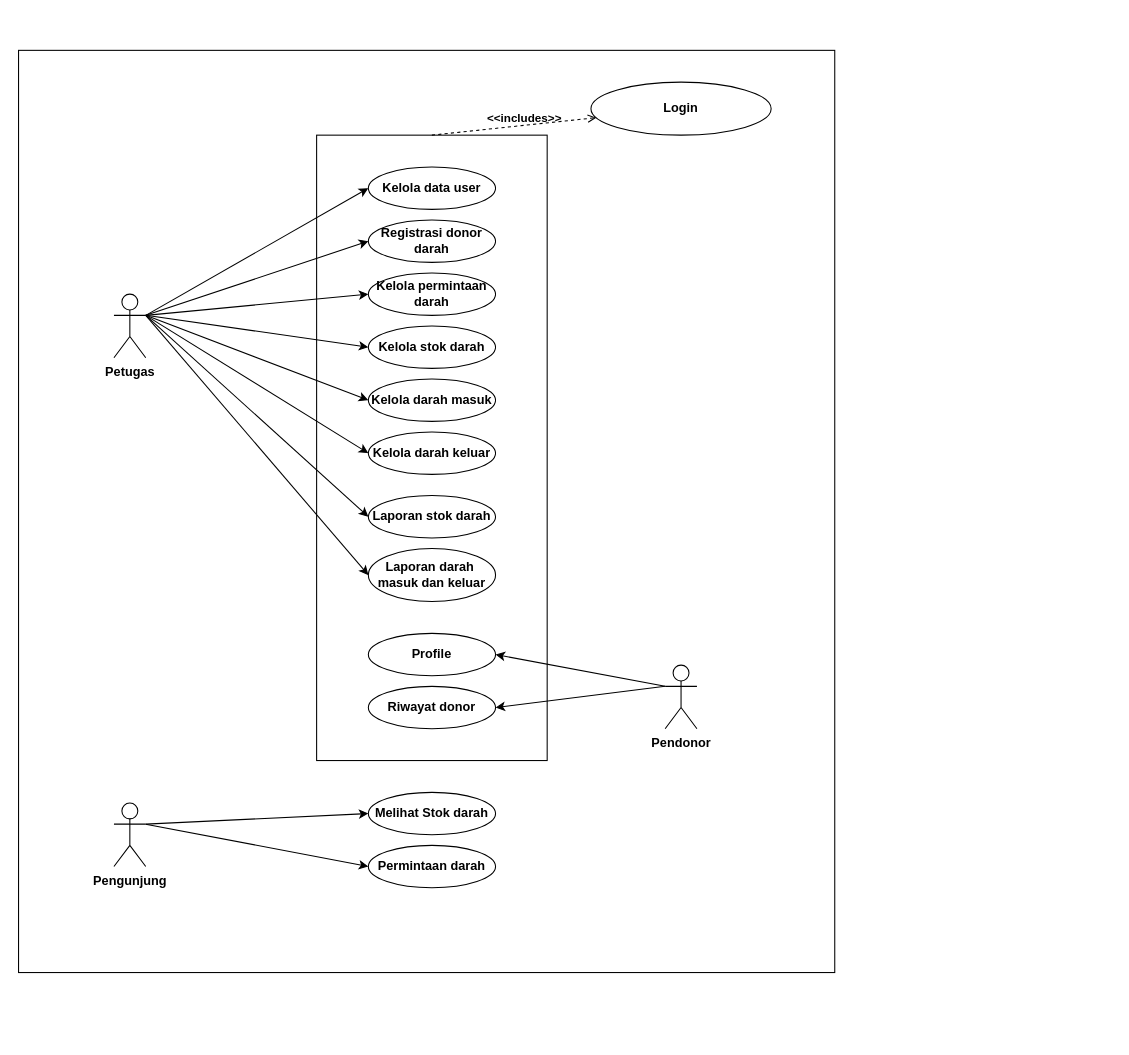
The draw.io diagram page "usecase" (1 of 24) of Untitled Diagram.drawio in afdikomayte/UDD-PMI-blood-donation-service, before the edit. Source tidied: cells renumbered, new cells numbered last; positions are measured from the earlier drawing's top-left corner, leaving out a move shared by most shapes. Both pictures are drawn from the tidied source at 106%, with x=0, y=0 at pixel (18, 50).
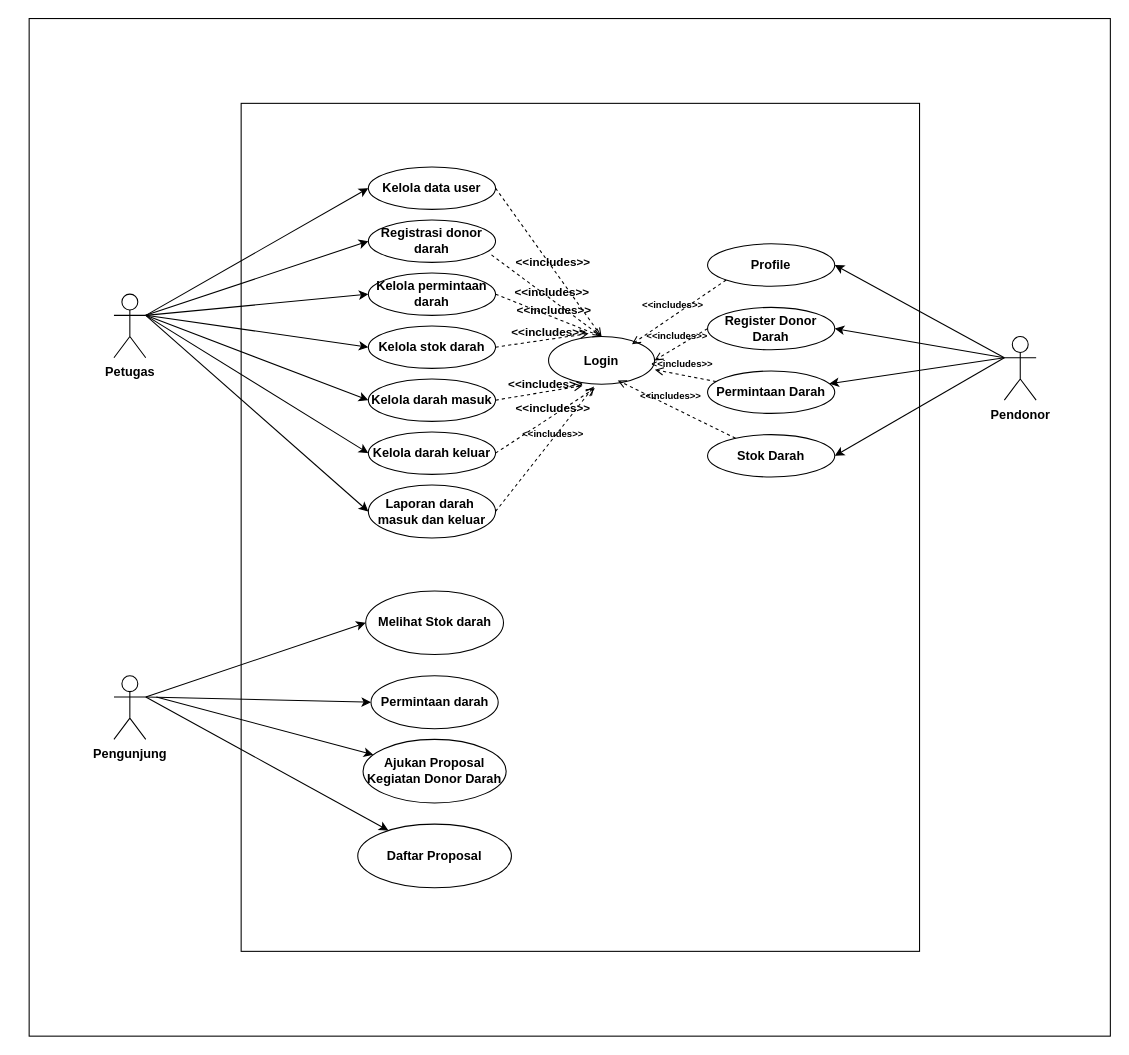
The same diagram, later.

The change refers to these unchanged cells:
```xml
<mxCell id="5" value="Petugas" style="shape=umlActor;verticalLabelPosition=bottom;verticalAlign=top;html=1;outlineConnect=0;fontStyle=1;" parent="1" vertex="1">
  <mxGeometry x="90" y="230" width="30" height="60" as="geometry" />
</mxCell>
<mxCell id="7" value="Kelola data user" style="ellipse;whiteSpace=wrap;html=1;fontStyle=1;" parent="1" vertex="1">
  <mxGeometry x="330" y="110" width="120" height="40" as="geometry" />
</mxCell>
<mxCell id="8" value="Registrasi donor darah" style="ellipse;whiteSpace=wrap;html=1;fontStyle=1;" parent="1" vertex="1">
  <mxGeometry x="330" y="160" width="120" height="40" as="geometry" />
</mxCell>
<mxCell id="9" value="Kelola permintaan darah" style="ellipse;whiteSpace=wrap;html=1;fontStyle=1;" parent="1" vertex="1">
  <mxGeometry x="330" y="210" width="120" height="40" as="geometry" />
</mxCell>
<mxCell id="10" value="Kelola stok darah" style="ellipse;whiteSpace=wrap;html=1;fontStyle=1;" parent="1" vertex="1">
  <mxGeometry x="330" y="260" width="120" height="40" as="geometry" />
</mxCell>
<mxCell id="11" value="Kelola darah masuk" style="ellipse;whiteSpace=wrap;html=1;fontStyle=1;" parent="1" vertex="1">
  <mxGeometry x="330" y="310" width="120" height="40" as="geometry" />
</mxCell>
<mxCell id="12" value="Kelola darah keluar" style="ellipse;whiteSpace=wrap;html=1;fontStyle=1;" parent="1" vertex="1">
  <mxGeometry x="330" y="360" width="120" height="40" as="geometry" />
</mxCell>
```

Change to the diagram source:
```diff
@@
-    <mxCell id="2" style="rounded=0;whiteSpace=wrap;html=1;fontStyle=1;" parent="1" vertex="1">
-      <mxGeometry width="770" height="870" as="geometry" />
-    </mxCell>
+    <mxCell id="33" style="rounded=0;whiteSpace=wrap;html=1;fontStyle=1;" parent="1" vertex="1">
+      <mxGeometry x="10" y="-30" width="1020" height="960" as="geometry" />
+    </mxCell>
     <mxCell id="3" style="rounded=0;whiteSpace=wrap;html=1;fontStyle=1;" parent="1" vertex="1">
-      <mxGeometry x="281.2" y="80" width="217.5" height="590" as="geometry" />
+      <mxGeometry x="210" y="50" width="640" height="800" as="geometry" />
     </mxCell>
@@
     <mxCell id="6" value="Login" style="ellipse;whiteSpace=wrap;html=1;fontStyle=1;" parent="1" vertex="1">
-      <mxGeometry x="540" y="30" width="170" height="50" as="geometry" />
+      <mxGeometry x="500" y="270" width="100" height="45" as="geometry" />
     </mxCell>
@@
-    <mxCell id="18" value="Laporan stok darah" style="ellipse;whiteSpace=wrap;html=1;fontStyle=1;" parent="1" vertex="1">
-      <mxGeometry x="330" y="420" width="120" height="40" as="geometry" />
-    </mxCell>
     <mxCell id="19" value="Laporan darah&amp;nbsp;&lt;div&gt;masuk dan keluar&lt;/div&gt;" style="ellipse;whiteSpace=wrap;html=1;fontStyle=1;" parent="1" vertex="1">
-      <mxGeometry x="330" y="470" width="120" height="50" as="geometry" />
+      <mxGeometry x="330" y="410" width="120" height="50" as="geometry" />
     </mxCell>
@@
     <mxCell id="21" value="Pendonor" style="shape=umlActor;verticalLabelPosition=bottom;verticalAlign=top;html=1;outlineConnect=0;fontStyle=1;" parent="1" vertex="1">
-      <mxGeometry x="610" y="580" width="30" height="60" as="geometry" />
+      <mxGeometry x="930" y="270" width="30" height="60" as="geometry" />
     </mxCell>
-    <mxCell id="22" value="&amp;lt;&amp;lt;includes&amp;gt;&amp;gt;" style="endArrow=open;html=1;rounded=0;align=center;verticalAlign=bottom;dashed=1;endFill=0;labelBackgroundColor=none;exitX=0.5;exitY=0;exitDx=0;exitDy=0;fontStyle=1;" parent="1" edge="1" source="3" target="6">
+    <mxCell id="22" value="&amp;lt;&amp;lt;includes&amp;gt;&amp;gt;" style="endArrow=open;html=1;rounded=0;align=center;verticalAlign=bottom;dashed=1;endFill=0;labelBackgroundColor=none;exitX=1;exitY=0.5;exitDx=0;exitDy=0;fontStyle=1;entryX=0.5;entryY=0;entryDx=0;entryDy=0;" parent="1" edge="1" source="7" target="6">
       <mxGeometry x="0.12" y="-2" relative="1" as="geometry" />
     </mxCell>
-    <mxCell id="23" style="rounded=0;jettySize=auto;html=1;entryX=0;entryY=0.5;entryDx=0;entryDy=0;exitX=1;exitY=0.3333333333333333;exitDx=0;exitDy=0;exitPerimeter=0;fontStyle=1;" parent="1" edge="1" source="5" target="18">
-      <mxGeometry relative="1" as="geometry" />
-    </mxCell>
@@
     <mxCell id="25" value="Profile" style="ellipse;whiteSpace=wrap;html=1;fontStyle=1;" parent="1" vertex="1">
-      <mxGeometry x="330" y="550" width="120" height="40" as="geometry" />
+      <mxGeometry x="650" y="182.5" width="120" height="40" as="geometry" />
     </mxCell>
-    <mxCell id="26" value="Riwayat donor" style="ellipse;whiteSpace=wrap;html=1;fontStyle=1;" parent="1" vertex="1">
-      <mxGeometry x="330" y="600" width="120" height="40" as="geometry" />
+    <mxCell id="26" value="Register Donor Darah" style="ellipse;whiteSpace=wrap;html=1;fontStyle=1;" parent="1" vertex="1">
+      <mxGeometry x="650" y="242.5" width="120" height="40" as="geometry" />
     </mxCell>
@@
     <mxCell id="29" value="Pengunjung" style="shape=umlActor;verticalLabelPosition=bottom;verticalAlign=top;html=1;outlineConnect=0;fontStyle=1;" parent="1" vertex="1">
-      <mxGeometry x="90" y="710" width="30" height="60" as="geometry" />
+      <mxGeometry x="90" y="590" width="30" height="60" as="geometry" />
     </mxCell>
     <mxCell id="30" value="Melihat Stok darah" style="ellipse;whiteSpace=wrap;html=1;fontStyle=1;" parent="1" vertex="1">
-      <mxGeometry x="330" y="700" width="120" height="40" as="geometry" />
+      <mxGeometry x="327.5" y="510" width="130" height="60" as="geometry" />
     </mxCell>
     <mxCell id="31" value="Permintaan darah" style="ellipse;whiteSpace=wrap;html=1;fontStyle=1;" parent="1" vertex="1">
-      <mxGeometry x="330" y="750" width="120" height="40" as="geometry" />
+      <mxGeometry x="332.5" y="590" width="120" height="50" as="geometry" />
     </mxCell>
-    <mxCell id="32" style="rounded=0;jettySize=auto;html=1;entryX=0;entryY=0.5;entryDx=0;entryDy=0;exitX=1;exitY=0.3333333333333333;exitDx=0;exitDy=0;exitPerimeter=0;fontStyle=1;" parent="1" edge="1" source="29" target="31">
+    <mxCell id="32" style="rounded=0;jettySize=auto;html=1;entryX=0;entryY=0.5;entryDx=0;entryDy=0;fontStyle=1;exitX=1;exitY=0.3333333333333333;exitDx=0;exitDy=0;exitPerimeter=0;" parent="1" edge="1" source="29" target="31">
       <mxGeometry relative="1" as="geometry" />
     </mxCell>
+    <mxCell id="34" value="Ajukan Proposal Kegiatan Donor Darah" style="ellipse;whiteSpace=wrap;html=1;fontStyle=1;" parent="1" vertex="1">
+      <mxGeometry x="325" y="650" width="135" height="60" as="geometry" />
+    </mxCell>
+    <mxCell id="35" value="&amp;lt;&amp;lt;includes&amp;gt;&amp;gt;" style="endArrow=open;html=1;rounded=0;align=center;verticalAlign=bottom;dashed=1;endFill=0;labelBackgroundColor=none;fontStyle=1;entryX=0.5;entryY=0;entryDx=0;entryDy=0;exitX=0.968;exitY=0.825;exitDx=0;exitDy=0;exitPerimeter=0;" parent="1" edge="1" source="8" target="6">
+      <mxGeometry x="0.12" y="-2" relative="1" as="geometry" />
+    </mxCell>
+    <mxCell id="36" value="&amp;lt;&amp;lt;includes&amp;gt;&amp;gt;" style="endArrow=open;html=1;rounded=0;align=center;verticalAlign=bottom;dashed=1;endFill=0;labelBackgroundColor=none;fontStyle=1;entryX=0.5;entryY=0;entryDx=0;entryDy=0;exitX=1;exitY=0.5;exitDx=0;exitDy=0;" parent="1" edge="1" source="9" target="6">
+      <mxGeometry x="0.12" y="-2" relative="1" as="geometry" />
+    </mxCell>
+    <mxCell id="37" value="&amp;lt;&amp;lt;includes&amp;gt;&amp;gt;" style="endArrow=open;html=1;rounded=0;align=center;verticalAlign=bottom;dashed=1;endFill=0;labelBackgroundColor=none;exitX=1;exitY=0.5;exitDx=0;exitDy=0;fontStyle=1;entryX=0.378;entryY=-0.063;entryDx=0;entryDy=0;entryPerimeter=0;" parent="1" edge="1" source="10" target="6">
+      <mxGeometry x="0.12" y="-2" relative="1" as="geometry" />
+    </mxCell>
+    <mxCell id="38" value="&amp;lt;&amp;lt;includes&amp;gt;&amp;gt;" style="endArrow=open;html=1;rounded=0;align=center;verticalAlign=bottom;dashed=1;endFill=0;labelBackgroundColor=none;exitX=1;exitY=0.5;exitDx=0;exitDy=0;fontStyle=1;entryX=0.32;entryY=1.03;entryDx=0;entryDy=0;entryPerimeter=0;" parent="1" edge="1" source="11" target="6">
+      <mxGeometry x="0.12" y="-2" relative="1" as="geometry" />
+    </mxCell>
+    <mxCell id="39" value="&amp;lt;&amp;lt;includes&amp;gt;&amp;gt;" style="endArrow=open;html=1;rounded=0;align=center;verticalAlign=bottom;dashed=1;endFill=0;labelBackgroundColor=none;exitX=1;exitY=0.5;exitDx=0;exitDy=0;fontStyle=1;entryX=0.437;entryY=1.085;entryDx=0;entryDy=0;entryPerimeter=0;" parent="1" edge="1" source="12" target="6">
+      <mxGeometry x="0.12" y="-2" relative="1" as="geometry" />
+    </mxCell>
+    <mxCell id="40" value="&lt;font style=&quot;font-size: 9px;&quot;&gt;&amp;lt;&amp;lt;includes&amp;gt;&amp;gt;&lt;/font&gt;" style="endArrow=open;html=1;rounded=0;align=center;verticalAlign=bottom;dashed=1;endFill=0;labelBackgroundColor=none;exitX=1;exitY=0.5;exitDx=0;exitDy=0;fontStyle=1;entryX=0.428;entryY=1.048;entryDx=0;entryDy=0;entryPerimeter=0;" parent="1" edge="1" source="19" target="6">
+      <mxGeometry x="0.12" y="-2" relative="1" as="geometry" />
+    </mxCell>
+    <mxCell id="41" value="Permintaan Darah" style="ellipse;whiteSpace=wrap;html=1;fontStyle=1;" parent="1" vertex="1">
+      <mxGeometry x="650" y="302.5" width="120" height="40" as="geometry" />
+    </mxCell>
+    <mxCell id="42" value="Stok Darah" style="ellipse;whiteSpace=wrap;html=1;fontStyle=1;" parent="1" vertex="1">
+      <mxGeometry x="650" y="362.5" width="120" height="40" as="geometry" />
+    </mxCell>
+    <mxCell id="43" style="rounded=0;jettySize=auto;html=1;fontStyle=1;" parent="1" edge="1" target="41">
+      <mxGeometry relative="1" as="geometry">
+        <mxPoint x="930" y="290" as="sourcePoint" />
+      </mxGeometry>
+    </mxCell>
+    <mxCell id="44" style="rounded=0;jettySize=auto;html=1;exitX=0;exitY=0.3333333333333333;exitDx=0;exitDy=0;exitPerimeter=0;entryX=1;entryY=0.5;entryDx=0;entryDy=0;fontStyle=1;" parent="1" edge="1" source="21" target="42">
+      <mxGeometry relative="1" as="geometry" />
+    </mxCell>
+    <mxCell id="45" value="&lt;font style=&quot;font-size: 9px;&quot;&gt;&amp;lt;&amp;lt;includes&amp;gt;&amp;gt;&lt;/font&gt;" style="endArrow=open;html=1;rounded=0;align=center;verticalAlign=bottom;dashed=1;endFill=0;labelBackgroundColor=none;fontStyle=1;entryX=0.653;entryY=0.919;entryDx=0;entryDy=0;entryPerimeter=0;" parent="1" edge="1" source="42" target="6">
+      <mxGeometry x="0.12" y="-2" relative="1" as="geometry" />
+    </mxCell>
+    <mxCell id="46" value="&lt;font style=&quot;font-size: 9px;&quot;&gt;&amp;lt;&amp;lt;includes&amp;gt;&amp;gt;&lt;/font&gt;" style="endArrow=open;html=1;rounded=0;align=center;verticalAlign=bottom;dashed=1;endFill=0;labelBackgroundColor=none;fontStyle=1;entryX=1.003;entryY=0.696;entryDx=0;entryDy=0;entryPerimeter=0;" parent="1" edge="1" source="41" target="6">
+      <mxGeometry x="0.12" y="-2" relative="1" as="geometry" />
+    </mxCell>
+    <mxCell id="47" value="&lt;font style=&quot;font-size: 9px;&quot;&gt;&amp;lt;&amp;lt;includes&amp;gt;&amp;gt;&lt;/font&gt;" style="endArrow=open;html=1;rounded=0;align=center;verticalAlign=bottom;dashed=1;endFill=0;labelBackgroundColor=none;exitX=0;exitY=0.5;exitDx=0;exitDy=0;fontStyle=1;entryX=1;entryY=0.5;entryDx=0;entryDy=0;" parent="1" edge="1" source="26" target="6">
+      <mxGeometry x="0.12" y="-2" relative="1" as="geometry" />
+    </mxCell>
+    <mxCell id="48" value="&lt;font style=&quot;font-size: 9px;&quot;&gt;&amp;lt;&amp;lt;includes&amp;gt;&amp;gt;&lt;/font&gt;" style="endArrow=open;html=1;rounded=0;align=center;verticalAlign=bottom;dashed=1;endFill=0;labelBackgroundColor=none;exitX=0;exitY=1;exitDx=0;exitDy=0;fontStyle=1;entryX=0.787;entryY=0.159;entryDx=0;entryDy=0;entryPerimeter=0;" parent="1" edge="1" source="25" target="6">
+      <mxGeometry x="0.12" y="-2" relative="1" as="geometry" />
+    </mxCell>
+    <mxCell id="49" style="rounded=0;jettySize=auto;html=1;fontStyle=1;" parent="1" edge="1" target="34">
+      <mxGeometry relative="1" as="geometry">
+        <mxPoint x="130" y="610" as="sourcePoint" />
+      </mxGeometry>
+    </mxCell>
+    <mxCell id="50" value="Daftar Proposal" style="ellipse;whiteSpace=wrap;html=1;fontStyle=1;" parent="1" vertex="1">
+      <mxGeometry x="320" y="730" width="145" height="60" as="geometry" />
+    </mxCell>
+    <mxCell id="51" style="rounded=0;jettySize=auto;html=1;fontStyle=1;exitX=1;exitY=0.3333333333333333;exitDx=0;exitDy=0;exitPerimeter=0;" parent="1" edge="1" source="29" target="50">
+      <mxGeometry relative="1" as="geometry" />
+    </mxCell>
```
